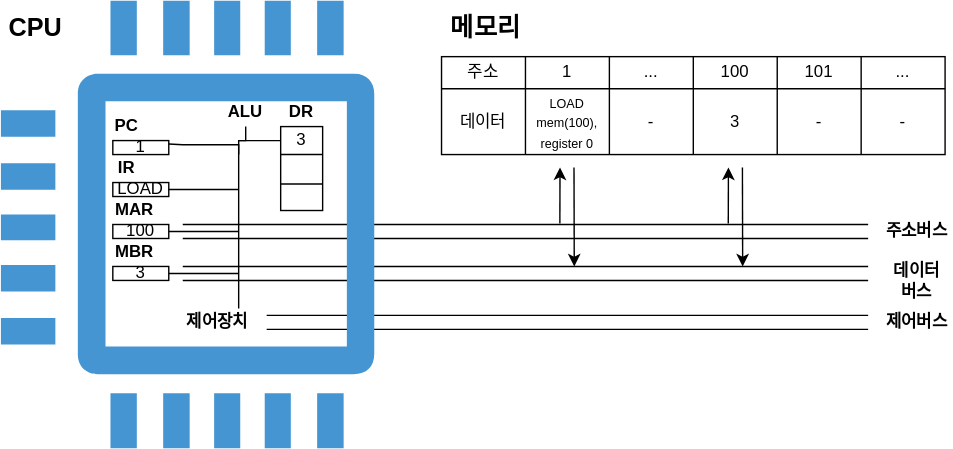
The draw.io diagram 03/yongki/assets/cpu.drawio.svg in cs-study-org/cs-study, before a commit. Source tidied: cells renumbered, new cells last; positions are measured from the earlier drawing's top-left corner, leaving out a move shared by most shapes.
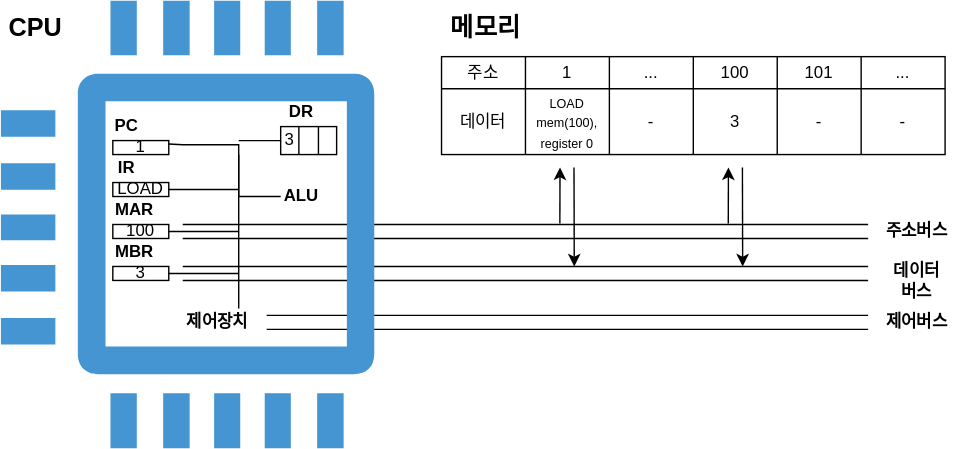
Later version of the same file.

Commit message:
:adhesive_bandage: Fix function call flow

memory to ebp

What changed in the source:
```diff
@@ -110,26 +110,20 @@
       <mxGeometry x="80" y="190" width="40" height="10" as="geometry" />
     </mxCell>
     <mxCell id="34" style="shape=table;startSize=0;" parent="1" vertex="1">
-      <mxGeometry x="200" y="90" width="30" height="60" as="geometry" />
+      <mxGeometry x="200" y="90" width="40" height="20" as="geometry" />
     </mxCell>
     <mxCell id="35" style="shape=partialRectangle;fillColor=none;top=0;left=0;bottom=0;right=0;points=[[0,0.5],[1,0.5]];portConstraint=eastwest;" parent="34" vertex="1">
-      <mxGeometry width="30" height="20" as="geometry" />
+      <mxGeometry width="40" height="20" as="geometry" />
     </mxCell>
     <mxCell id="36" value="3" style="shape=partialRectangle;html=1;whiteSpace=wrap;overflow=hidden;fillColor=none;top=0;left=0;bottom=0;right=0;" parent="35" vertex="1">
-      <mxGeometry width="30" height="20" as="geometry" />
+      <mxGeometry width="13" height="20" as="geometry" />
     </mxCell>
-    <mxCell id="37" style="shape=partialRectangle;fillColor=none;top=0;left=0;bottom=0;right=0;" parent="34" vertex="1">
-      <mxGeometry y="20" width="30" height="21" as="geometry" />
-    </mxCell>
-    <mxCell id="38" style="shape=partialRectangle;html=1;whiteSpace=wrap;overflow=hidden;fillColor=none;top=0;left=0;bottom=0;right=0;" parent="37" vertex="1">
-      <mxGeometry width="30" height="21" as="geometry" />
-    </mxCell>
-    <mxCell id="39" style="shape=partialRectangle;fillColor=none;top=0;left=0;bottom=0;right=0;" parent="34" vertex="1">
-      <mxGeometry y="41" width="30" height="19" as="geometry" />
-    </mxCell>
-    <mxCell id="40" style="shape=partialRectangle;html=1;whiteSpace=wrap;overflow=hidden;fillColor=none;top=0;left=0;bottom=0;right=0;" parent="39" vertex="1">
-      <mxGeometry width="30" height="19" as="geometry" />
-    </mxCell>
+    <mxCell id="54" style="shape=partialRectangle;html=1;whiteSpace=wrap;overflow=hidden;fillColor=none;top=0;left=0;bottom=0;right=0;" parent="35" vertex="1">
+      <mxGeometry x="13" width="14" height="20" as="geometry" />
+    </mxCell>
+    <mxCell id="55" style="shape=partialRectangle;html=1;whiteSpace=wrap;overflow=hidden;fillColor=none;top=0;left=0;bottom=0;right=0;" parent="35" vertex="1">
+      <mxGeometry x="27" width="13" height="20" as="geometry" />
+    </mxCell>
     <mxCell id="41" value="&lt;b&gt;DR&lt;/b&gt;" style="text;html=1;strokeColor=none;fillColor=none;align=center;verticalAlign=middle;whiteSpace=wrap;rounded=0;" parent="1" vertex="1">
       <mxGeometry x="190" y="70" width="50" height="20" as="geometry" />
     </mxCell>
@@ -154,7 +148,7 @@
       </mxGeometry>
     </mxCell>
     <mxCell id="48" value="&lt;b&gt;ALU&lt;/b&gt;" style="text;html=1;strokeColor=none;fillColor=none;align=center;verticalAlign=middle;whiteSpace=wrap;rounded=0;" parent="1" vertex="1">
-      <mxGeometry x="160" y="70" width="30" height="20" as="geometry" />
+      <mxGeometry x="200" y="130" width="30" height="20" as="geometry" />
     </mxCell>
     <mxCell id="49" style="edgeStyle=orthogonalEdgeStyle;rounded=0;html=1;endArrow=none;endFill=0;" parent="1" edge="1" source="35">
       <mxGeometry relative="1" as="geometry">
```
